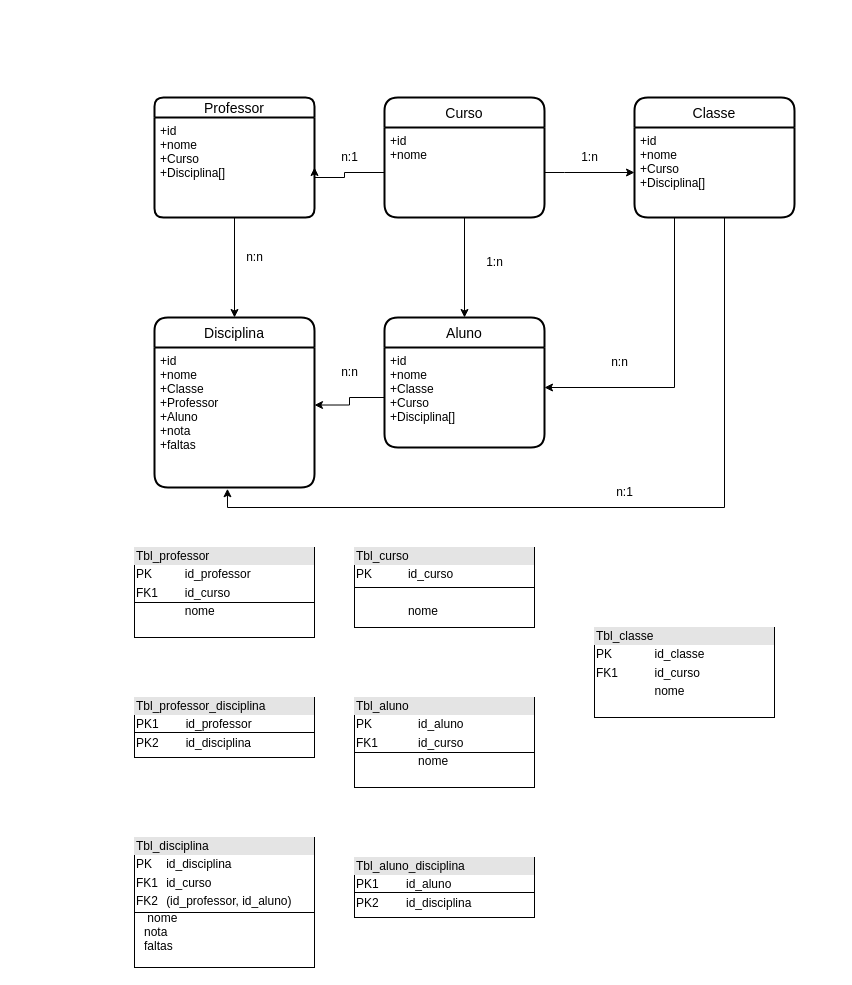
This is Diagrama sem nome.drawio from Leodf/clean-api, a draw.io file, before an edit. Source tidied: cells renumbered, new cells numbered last; positions are measured from the earlier drawing's top-left corner, leaving out a move shared by most shapes. Both pictures are drawn from the tidied source at 100%, with x=0, y=0 at pixel (134, 97).
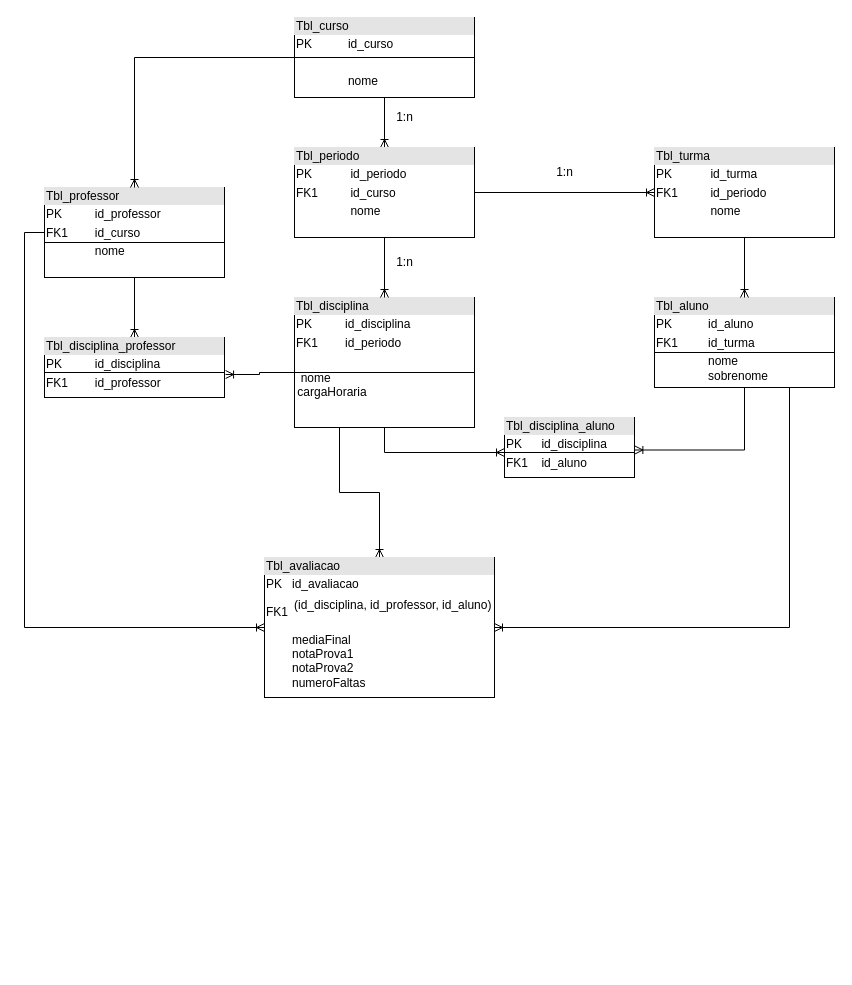
The same page after the edit.

Diff of the diagram source:
```diff
@@
-    <mxCell id="2" value="Professor" style="swimlane;horizontal=1;startSize=20;rounded=1;fontSize=14;fontStyle=0;strokeWidth=2;shadow=0;dashed=0;align=center;" parent="1" vertex="1">
-      <mxGeometry x="20" width="160" height="120" as="geometry" />
-    </mxCell>
-    <mxCell id="3" value="+id&#10;+nome&#10;+Curso&#10;+Disciplina[]" style="align=left;strokeColor=none;fillColor=none;spacingLeft=4;fontSize=12;verticalAlign=top;" parent="2" vertex="1">
-      <mxGeometry y="20" width="160" height="100" as="geometry" />
-    </mxCell>
-    <mxCell id="4" value="Classe" style="swimlane;horizontal=1;startSize=30;rounded=1;fontSize=14;fontStyle=0;strokeWidth=2;shadow=0;dashed=0;align=center;" parent="1" vertex="1">
-      <mxGeometry x="500" width="160" height="120" as="geometry" />
-    </mxCell>
-    <mxCell id="5" value="+id&#10;+nome&#10;+Curso&#10;+Disciplina[]" style="align=left;strokeColor=none;fillColor=none;spacingLeft=4;fontSize=12;verticalAlign=top;" parent="4" vertex="1">
-      <mxGeometry y="30" width="160" height="90" as="geometry" />
-    </mxCell>
-    <mxCell id="6" value="Disciplina" style="swimlane;horizontal=1;startSize=30;rounded=1;fontSize=14;fontStyle=0;strokeWidth=2;shadow=0;dashed=0;align=center;" parent="1" vertex="1">
-      <mxGeometry x="20" y="220" width="160" height="170" as="geometry" />
-    </mxCell>
-    <mxCell id="7" value="+id&#10;+nome&#10;+Classe&#10;+Professor&#10;+Aluno&#10;+nota&#10;+faltas" style="align=left;strokeColor=none;fillColor=none;spacingLeft=4;fontSize=12;verticalAlign=top;" parent="6" vertex="1">
-      <mxGeometry y="30" width="160" height="140" as="geometry" />
-    </mxCell>
-    <mxCell id="8" value="Aluno" style="swimlane;horizontal=1;startSize=30;rounded=1;fontSize=14;fontStyle=0;strokeWidth=2;shadow=0;dashed=0;align=center;" parent="1" vertex="1">
-      <mxGeometry x="250" y="220" width="160" height="130" as="geometry" />
-    </mxCell>
-    <mxCell id="9" value="+id&#10;+nome&#10;+Classe&#10;+Curso&#10;+Disciplina[]" style="align=left;strokeColor=none;fillColor=none;spacingLeft=4;fontSize=12;verticalAlign=top;" parent="8" vertex="1">
-      <mxGeometry y="30" width="160" height="100" as="geometry" />
-    </mxCell>
-    <mxCell id="10" value="Curso" style="swimlane;horizontal=1;startSize=30;rounded=1;fontSize=14;fontStyle=0;strokeWidth=2;shadow=0;dashed=0;align=center;" parent="1" vertex="1">
-      <mxGeometry x="250" width="160" height="120" as="geometry" />
-    </mxCell>
-    <mxCell id="11" value="+id&#10;+nome" style="align=left;strokeColor=none;fillColor=none;spacingLeft=4;fontSize=12;verticalAlign=top;" parent="10" vertex="1">
-      <mxGeometry y="30" width="160" height="90" as="geometry" />
-    </mxCell>
-    <mxCell id="12" style="edgeStyle=orthogonalEdgeStyle;rounded=0;jettySize=auto;html=1;" parent="1" edge="1" source="3" target="6">
-      <mxGeometry relative="1" as="geometry" />
-    </mxCell>
-    <mxCell id="13" style="edgeStyle=orthogonalEdgeStyle;rounded=0;jettySize=auto;html=1;entryX=1;entryY=0.411;entryDx=0;entryDy=0;entryPerimeter=0;" parent="1" edge="1" source="9" target="7">
-      <mxGeometry relative="1" as="geometry" />
-    </mxCell>
-    <mxCell id="14" style="edgeStyle=orthogonalEdgeStyle;rounded=0;jettySize=auto;html=1;entryX=0.456;entryY=1.009;entryDx=0;entryDy=0;entryPerimeter=0;" parent="1" edge="1" source="5" target="7">
-      <mxGeometry relative="1" as="geometry">
-        <Array as="points">
-          <mxPoint x="590" y="410" />
-          <mxPoint x="93" y="410" />
-        </Array>
-      </mxGeometry>
-    </mxCell>
-    <mxCell id="15" style="edgeStyle=orthogonalEdgeStyle;rounded=0;jettySize=auto;html=1;entryX=0;entryY=0.5;entryDx=0;entryDy=0;" parent="1" edge="1" source="11" target="5">
-      <mxGeometry relative="1" as="geometry">
-        <Array as="points">
-          <mxPoint x="430" y="75" />
-          <mxPoint x="430" y="75" />
-        </Array>
-      </mxGeometry>
-    </mxCell>
-    <mxCell id="16" style="edgeStyle=orthogonalEdgeStyle;rounded=0;jettySize=auto;html=1;entryX=1;entryY=0.5;entryDx=0;entryDy=0;" parent="1" edge="1" source="11" target="3">
-      <mxGeometry relative="1" as="geometry">
-        <Array as="points">
-          <mxPoint x="210" y="75" />
-          <mxPoint x="210" y="80" />
-          <mxPoint x="180" y="80" />
-        </Array>
-      </mxGeometry>
-    </mxCell>
-    <mxCell id="17" style="edgeStyle=orthogonalEdgeStyle;rounded=0;jettySize=auto;html=1;" parent="1" edge="1" source="11" target="8">
-      <mxGeometry relative="1" as="geometry" />
-    </mxCell>
-    <mxCell id="18" style="edgeStyle=orthogonalEdgeStyle;rounded=0;jettySize=auto;html=1;exitX=0.25;exitY=1;exitDx=0;exitDy=0;" parent="1" edge="1" source="5" target="9">
-      <mxGeometry relative="1" as="geometry">
-        <Array as="points">
-          <mxPoint x="540" y="290" />
-        </Array>
-      </mxGeometry>
-    </mxCell>
-    <mxCell id="19" value="1:n" style="text;html=1;align=center;verticalAlign=middle;strokeColor=none;fillColor=none;" parent="1" vertex="1">
-      <mxGeometry x="435" y="45" width="40" height="30" as="geometry" />
-    </mxCell>
-    <mxCell id="20" value="n:1" style="text;html=1;align=center;verticalAlign=middle;strokeColor=none;fillColor=none;" parent="1" vertex="1">
-      <mxGeometry x="195" y="45" width="40" height="30" as="geometry" />
-    </mxCell>
-    <mxCell id="21" value="n:n" style="text;html=1;align=center;verticalAlign=middle;strokeColor=none;fillColor=none;" parent="1" vertex="1">
-      <mxGeometry x="100" y="145" width="40" height="30" as="geometry" />
-    </mxCell>
-    <mxCell id="22" value="1:n" style="text;html=1;align=center;verticalAlign=middle;strokeColor=none;fillColor=none;" parent="1" vertex="1">
-      <mxGeometry x="340" y="150" width="40" height="30" as="geometry" />
-    </mxCell>
-    <mxCell id="23" value="n:1" style="text;html=1;align=center;verticalAlign=middle;strokeColor=none;fillColor=none;" parent="1" vertex="1">
-      <mxGeometry x="470" y="380" width="40" height="30" as="geometry" />
-    </mxCell>
-    <mxCell id="24" value="n:n" style="text;html=1;align=center;verticalAlign=middle;strokeColor=none;fillColor=none;" parent="1" vertex="1">
-      <mxGeometry x="195" y="260" width="40" height="30" as="geometry" />
-    </mxCell>
-    <mxCell id="25" value="n:n" style="text;html=1;align=center;verticalAlign=middle;strokeColor=none;fillColor=none;" parent="1" vertex="1">
-      <mxGeometry x="465" y="250" width="40" height="30" as="geometry" />
-    </mxCell>
+    <mxCell id="39" style="edgeStyle=orthogonalEdgeStyle;rounded=0;jettySize=auto;html=1;exitX=0.5;exitY=1;exitDx=0;exitDy=0;entryX=0.5;entryY=0;entryDx=0;entryDy=0;endArrow=ERoneToMany;endFill=0;" parent="1" edge="1" source="26" target="55">
+      <mxGeometry relative="1" as="geometry" />
+    </mxCell>
+    <mxCell id="40" style="edgeStyle=orthogonalEdgeStyle;rounded=0;jettySize=auto;html=1;exitX=0;exitY=0.5;exitDx=0;exitDy=0;endArrow=ERoneToMany;endFill=0;entryX=0;entryY=0.5;entryDx=0;entryDy=0;" parent="1" edge="1" source="26" target="59">
+      <mxGeometry relative="1" as="geometry" />
+    </mxCell>
     <mxCell id="26" value="&lt;div style=&quot;box-sizing:border-box;width:100%;background:#e4e4e4;padding:2px;&quot;&gt;Tbl_professor&lt;/div&gt;&lt;table style=&quot;width:100%;font-size:1em;&quot; cellpadding=&quot;2&quot; cellspacing=&quot;0&quot;&gt;&lt;tbody&gt;&lt;tr&gt;&lt;td&gt;PK&lt;/td&gt;&lt;td&gt;id_professor&lt;/td&gt;&lt;/tr&gt;&lt;tr&gt;&lt;td&gt;FK1&lt;/td&gt;&lt;td&gt;id_curso&lt;/td&gt;&lt;/tr&gt;&lt;tr&gt;&lt;td&gt;&lt;/td&gt;&lt;td&gt;nome&lt;/td&gt;&lt;/tr&gt;&lt;/tbody&gt;&lt;/table&gt;" style="verticalAlign=top;align=left;overflow=fill;html=1;" parent="1" vertex="1">
-      <mxGeometry y="450" width="180" height="90" as="geometry" />
+      <mxGeometry x="-90" y="90" width="180" height="90" as="geometry" />
     </mxCell>
+    <mxCell id="41" style="edgeStyle=orthogonalEdgeStyle;rounded=0;jettySize=auto;html=1;endArrow=ERoneToMany;endFill=0;" parent="1" edge="1" source="27" target="58">
+      <mxGeometry relative="1" as="geometry" />
+    </mxCell>
+    <mxCell id="42" style="edgeStyle=orthogonalEdgeStyle;rounded=0;jettySize=auto;html=1;exitX=0.25;exitY=1;exitDx=0;exitDy=0;entryX=0.5;entryY=0;entryDx=0;entryDy=0;endArrow=ERoneToMany;endFill=0;" parent="1" edge="1" source="27" target="59">
+      <mxGeometry relative="1" as="geometry" />
+    </mxCell>
-    <mxCell id="27" value="&lt;div style=&quot;box-sizing:border-box;width:100%;background:#e4e4e4;padding:2px;&quot;&gt;Tbl_disciplina&lt;/div&gt;&lt;table style=&quot;width:100%;font-size:1em;&quot; cellpadding=&quot;2&quot; cellspacing=&quot;0&quot;&gt;&lt;tbody&gt;&lt;tr&gt;&lt;td&gt;PK&lt;/td&gt;&lt;td&gt;id_disciplina&lt;/td&gt;&lt;/tr&gt;&lt;tr&gt;&lt;td&gt;FK1&lt;/td&gt;&lt;td&gt;id_curso&lt;/td&gt;&lt;/tr&gt;&lt;tr&gt;&lt;td&gt;FK2&lt;/td&gt;&lt;td&gt;(id_professor, id_aluno)&lt;br&gt;&lt;/td&gt;&lt;/tr&gt;&lt;/tbody&gt;&lt;/table&gt;&amp;nbsp;&lt;span style=&quot;white-space: pre;&quot;&gt; &lt;/span&gt;&amp;nbsp;&amp;nbsp;nome&lt;br&gt;&lt;span style=&quot;white-space: pre;&quot;&gt; &lt;/span&gt;&amp;nbsp; nota&lt;br&gt;&lt;span style=&quot;white-space: pre;&quot;&gt; &lt;/span&gt;&amp;nbsp; faltas&lt;br&gt;&lt;span style=&quot;white-space: pre;&quot;&gt; &lt;/span&gt;&amp;nbsp;&amp;nbsp;" style="verticalAlign=top;align=left;overflow=fill;html=1;" parent="1" vertex="1">
-      <mxGeometry y="740" width="180" height="130" as="geometry" />
+    <mxCell id="27" value="&lt;div style=&quot;box-sizing:border-box;width:100%;background:#e4e4e4;padding:2px;&quot;&gt;Tbl_disciplina&lt;/div&gt;&lt;table style=&quot;width:100%;font-size:1em;&quot; cellpadding=&quot;2&quot; cellspacing=&quot;0&quot;&gt;&lt;tbody&gt;&lt;tr&gt;&lt;td&gt;PK&lt;/td&gt;&lt;td&gt;id_disciplina&lt;/td&gt;&lt;/tr&gt;&lt;tr&gt;&lt;td&gt;FK1&lt;/td&gt;&lt;td&gt;id_periodo&lt;br&gt;&lt;/td&gt;&lt;/tr&gt;&lt;tr&gt;&lt;td&gt;&lt;br&gt;&lt;/td&gt;&lt;td&gt;&lt;br&gt;&lt;/td&gt;&lt;/tr&gt;&lt;/tbody&gt;&lt;/table&gt;&amp;nbsp;&lt;span style=&quot;white-space: pre;&quot;&gt; &lt;/span&gt;nome&lt;br&gt;&lt;span style=&quot;white-space: pre;&quot;&gt; &lt;/span&gt;cargaHoraria&lt;br&gt;&lt;span style=&quot;white-space: pre;&quot;&gt; &lt;/span&gt;&amp;nbsp;&amp;nbsp;" style="verticalAlign=top;align=left;overflow=fill;html=1;" parent="1" vertex="1">
+      <mxGeometry x="160" y="200" width="180" height="130" as="geometry" />
     </mxCell>
-    <mxCell id="28" value="&lt;div style=&quot;box-sizing:border-box;width:100%;background:#e4e4e4;padding:2px;&quot;&gt;Tbl_professor_disciplina&lt;/div&gt;&lt;table style=&quot;width:100%;font-size:1em;&quot; cellpadding=&quot;2&quot; cellspacing=&quot;0&quot;&gt;&lt;tbody&gt;&lt;tr&gt;&lt;td&gt;PK1&lt;/td&gt;&lt;td&gt;id_professor&lt;/td&gt;&lt;/tr&gt;&lt;tr&gt;&lt;td&gt;PK2&lt;/td&gt;&lt;td&gt;id_disciplina&lt;/td&gt;&lt;/tr&gt;&lt;tr&gt;&lt;td&gt;&lt;/td&gt;&lt;td&gt;&lt;br&gt;&lt;/td&gt;&lt;/tr&gt;&lt;/tbody&gt;&lt;/table&gt;" style="verticalAlign=top;align=left;overflow=fill;html=1;" parent="1" vertex="1">
-      <mxGeometry y="600" width="180" height="60" as="geometry" />
-    </mxCell>
-    <mxCell id="29" value="&lt;div style=&quot;box-sizing:border-box;width:100%;background:#e4e4e4;padding:2px;&quot;&gt;Tbl_aluno_disciplina&lt;/div&gt;&lt;table style=&quot;width:100%;font-size:1em;&quot; cellpadding=&quot;2&quot; cellspacing=&quot;0&quot;&gt;&lt;tbody&gt;&lt;tr&gt;&lt;td&gt;PK1&lt;/td&gt;&lt;td&gt;id_aluno&lt;/td&gt;&lt;/tr&gt;&lt;tr&gt;&lt;td&gt;PK2&lt;/td&gt;&lt;td&gt;id_disciplina&lt;/td&gt;&lt;/tr&gt;&lt;tr&gt;&lt;td&gt;&lt;/td&gt;&lt;td&gt;&lt;br&gt;&lt;/td&gt;&lt;/tr&gt;&lt;/tbody&gt;&lt;/table&gt;" style="verticalAlign=top;align=left;overflow=fill;html=1;" parent="1" vertex="1">
-      <mxGeometry x="220" y="760" width="180" height="60" as="geometry" />
-    </mxCell>
+    <mxCell id="43" style="edgeStyle=orthogonalEdgeStyle;rounded=0;jettySize=auto;html=1;entryX=1.003;entryY=0.25;entryDx=0;entryDy=0;entryPerimeter=0;endArrow=ERoneToMany;endFill=0;" parent="1" edge="1" source="30" target="58">
+      <mxGeometry relative="1" as="geometry" />
+    </mxCell>
+    <mxCell id="44" style="edgeStyle=orthogonalEdgeStyle;rounded=0;jettySize=auto;html=1;exitX=0.75;exitY=1;exitDx=0;exitDy=0;entryX=1;entryY=0.5;entryDx=0;entryDy=0;endArrow=ERoneToMany;endFill=0;" parent="1" edge="1" source="30" target="59">
+      <mxGeometry relative="1" as="geometry" />
+    </mxCell>
-    <mxCell id="30" value="&lt;div style=&quot;box-sizing:border-box;width:100%;background:#e4e4e4;padding:2px;&quot;&gt;Tbl_aluno&lt;/div&gt;&lt;table style=&quot;width:100%;font-size:1em;&quot; cellpadding=&quot;2&quot; cellspacing=&quot;0&quot;&gt;&lt;tbody&gt;&lt;tr&gt;&lt;td&gt;PK&lt;/td&gt;&lt;td&gt;id_aluno&lt;/td&gt;&lt;/tr&gt;&lt;tr&gt;&lt;td&gt;FK1&lt;/td&gt;&lt;td&gt;id_curso&lt;/td&gt;&lt;/tr&gt;&lt;tr&gt;&lt;td&gt;&lt;/td&gt;&lt;td&gt;nome&lt;/td&gt;&lt;/tr&gt;&lt;/tbody&gt;&lt;/table&gt;" style="verticalAlign=top;align=left;overflow=fill;html=1;" parent="1" vertex="1">
-      <mxGeometry x="220" y="600" width="180" height="90" as="geometry" />
+    <mxCell id="30" value="&lt;div style=&quot;box-sizing:border-box;width:100%;background:#e4e4e4;padding:2px;&quot;&gt;Tbl_aluno&lt;/div&gt;&lt;table style=&quot;width:100%;font-size:1em;&quot; cellpadding=&quot;2&quot; cellspacing=&quot;0&quot;&gt;&lt;tbody&gt;&lt;tr&gt;&lt;td&gt;PK&lt;/td&gt;&lt;td&gt;id_aluno&lt;/td&gt;&lt;/tr&gt;&lt;tr&gt;&lt;td&gt;FK1&lt;/td&gt;&lt;td&gt;id_turma&lt;/td&gt;&lt;/tr&gt;&lt;tr&gt;&lt;td&gt;&lt;/td&gt;&lt;td&gt;nome&lt;br&gt;sobrenome&lt;/td&gt;&lt;/tr&gt;&lt;/tbody&gt;&lt;/table&gt;" style="verticalAlign=top;align=left;overflow=fill;html=1;" parent="1" vertex="1">
+      <mxGeometry x="520" y="200" width="180" height="90" as="geometry" />
     </mxCell>
     <mxCell id="31" style="line;strokeWidth=1;fillColor=none;align=left;verticalAlign=middle;spacingTop=-1;spacingLeft=3;spacingRight=3;labelPosition=right;strokeColor=inherit;" parent="1" vertex="1">
-      <mxGeometry x="220" y="650" width="180" height="10" as="geometry" />
+      <mxGeometry x="520" y="250" width="180" height="10" as="geometry" />
     </mxCell>
-    <mxCell id="32" style="line;strokeWidth=1;fillColor=none;align=left;verticalAlign=middle;spacingTop=-1;spacingLeft=3;spacingRight=3;labelPosition=right;strokeColor=inherit;" parent="1" vertex="1">
-      <mxGeometry y="630" width="180" height="10" as="geometry" />
-    </mxCell>
-    <mxCell id="33" style="line;strokeWidth=1;fillColor=none;align=left;verticalAlign=middle;spacingTop=-1;spacingLeft=3;spacingRight=3;labelPosition=right;strokeColor=inherit;" parent="1" vertex="1">
-      <mxGeometry x="220" y="790" width="180" height="10" as="geometry" />
-    </mxCell>
+    <mxCell id="45" style="edgeStyle=orthogonalEdgeStyle;rounded=0;jettySize=auto;html=1;entryX=1.006;entryY=0.7;entryDx=0;entryDy=0;entryPerimeter=0;endArrow=ERoneToMany;endFill=0;" parent="1" edge="1" source="34" target="56">
+      <mxGeometry relative="1" as="geometry" />
+    </mxCell>
     <mxCell id="34" style="line;strokeWidth=1;fillColor=none;align=left;verticalAlign=middle;spacingTop=-1;spacingLeft=3;spacingRight=3;labelPosition=right;points=[];portConstraint=eastwest;strokeColor=inherit;" parent="1" vertex="1">
-      <mxGeometry y="810" width="180" height="10" as="geometry" />
+      <mxGeometry x="160" y="270" width="180" height="10" as="geometry" />
     </mxCell>
     <mxCell id="35" style="line;strokeWidth=1;fillColor=none;align=left;verticalAlign=middle;spacingTop=-1;spacingLeft=3;spacingRight=3;labelPosition=right;strokeColor=inherit;" parent="1" vertex="1">
-      <mxGeometry y="500" width="180" height="10" as="geometry" />
+      <mxGeometry x="-90" y="140" width="180" height="10" as="geometry" />
     </mxCell>
+    <mxCell id="46" style="edgeStyle=orthogonalEdgeStyle;rounded=0;jettySize=auto;html=1;entryX=0.5;entryY=0;entryDx=0;entryDy=0;endArrow=ERoneToMany;endFill=0;" parent="1" edge="1" source="36" target="38">
+      <mxGeometry relative="1" as="geometry">
+        <Array as="points">
+          <mxPoint x="250" y="-10" />
+          <mxPoint x="250" y="-10" />
+        </Array>
+      </mxGeometry>
+    </mxCell>
+    <mxCell id="47" style="edgeStyle=orthogonalEdgeStyle;rounded=0;jettySize=auto;html=1;entryX=0.5;entryY=0;entryDx=0;entryDy=0;endArrow=ERoneToMany;endFill=0;" parent="1" edge="1" source="36" target="26">
+      <mxGeometry relative="1" as="geometry" />
+    </mxCell>
     <mxCell id="36" value="&lt;div style=&quot;box-sizing:border-box;width:100%;background:#e4e4e4;padding:2px;&quot;&gt;Tbl_curso&lt;/div&gt;&lt;table style=&quot;width:100%;font-size:1em;&quot; cellpadding=&quot;2&quot; cellspacing=&quot;0&quot;&gt;&lt;tbody&gt;&lt;tr&gt;&lt;td&gt;PK&lt;/td&gt;&lt;td&gt;id_curso&lt;/td&gt;&lt;/tr&gt;&lt;tr&gt;&lt;td&gt;&lt;br&gt;&lt;/td&gt;&lt;td&gt;&lt;br&gt;&lt;/td&gt;&lt;/tr&gt;&lt;tr&gt;&lt;td&gt;&lt;/td&gt;&lt;td&gt;nome&lt;/td&gt;&lt;/tr&gt;&lt;/tbody&gt;&lt;/table&gt;" style="verticalAlign=top;align=left;overflow=fill;html=1;" parent="1" vertex="1">
-      <mxGeometry x="220" y="450" width="180" height="80" as="geometry" />
+      <mxGeometry x="160" y="-80" width="180" height="80" as="geometry" />
     </mxCell>
     <mxCell id="37" style="line;strokeWidth=1;fillColor=none;align=left;verticalAlign=middle;spacingTop=-1;spacingLeft=3;spacingRight=3;labelPosition=right;strokeColor=inherit;" parent="1" vertex="1">
-      <mxGeometry x="220" y="485" width="180" height="10" as="geometry" />
+      <mxGeometry x="160" y="-45" width="180" height="10" as="geometry" />
     </mxCell>
+    <mxCell id="48" style="edgeStyle=orthogonalEdgeStyle;rounded=0;jettySize=auto;html=1;entryX=0;entryY=0.5;entryDx=0;entryDy=0;endArrow=ERoneToMany;endFill=0;" parent="1" edge="1" source="38" target="51">
+      <mxGeometry relative="1" as="geometry" />
+    </mxCell>
+    <mxCell id="49" style="edgeStyle=orthogonalEdgeStyle;rounded=0;jettySize=auto;html=1;entryX=0.5;entryY=0;entryDx=0;entryDy=0;endArrow=ERoneToMany;endFill=0;" parent="1" edge="1" source="38" target="27">
+      <mxGeometry relative="1" as="geometry" />
+    </mxCell>
-    <mxCell id="38" value="&lt;div style=&quot;box-sizing:border-box;width:100%;background:#e4e4e4;padding:2px;&quot;&gt;Tbl_classe&lt;/div&gt;&lt;table style=&quot;width:100%;font-size:1em;&quot; cellpadding=&quot;2&quot; cellspacing=&quot;0&quot;&gt;&lt;tbody&gt;&lt;tr&gt;&lt;td&gt;PK&lt;/td&gt;&lt;td&gt;id_classe&lt;/td&gt;&lt;/tr&gt;&lt;tr&gt;&lt;td&gt;FK1&lt;/td&gt;&lt;td&gt;id_curso&lt;/td&gt;&lt;/tr&gt;&lt;tr&gt;&lt;td&gt;&lt;/td&gt;&lt;td&gt;nome&lt;/td&gt;&lt;/tr&gt;&lt;/tbody&gt;&lt;/table&gt;" style="verticalAlign=top;align=left;overflow=fill;html=1;" parent="1" vertex="1">
-      <mxGeometry x="460" y="530" width="180" height="90" as="geometry" />
+    <mxCell id="38" value="&lt;div style=&quot;box-sizing:border-box;width:100%;background:#e4e4e4;padding:2px;&quot;&gt;Tbl_periodo&lt;/div&gt;&lt;table style=&quot;width:100%;font-size:1em;&quot; cellpadding=&quot;2&quot; cellspacing=&quot;0&quot;&gt;&lt;tbody&gt;&lt;tr&gt;&lt;td&gt;PK&lt;/td&gt;&lt;td&gt;id_periodo&lt;/td&gt;&lt;/tr&gt;&lt;tr&gt;&lt;td&gt;FK1&lt;/td&gt;&lt;td&gt;id_curso&lt;/td&gt;&lt;/tr&gt;&lt;tr&gt;&lt;td&gt;&lt;/td&gt;&lt;td&gt;nome&lt;/td&gt;&lt;/tr&gt;&lt;/tbody&gt;&lt;/table&gt;" style="verticalAlign=top;align=left;overflow=fill;html=1;" parent="1" vertex="1">
+      <mxGeometry x="160" y="50" width="180" height="90" as="geometry" />
     </mxCell>
+    <mxCell id="50" style="edgeStyle=orthogonalEdgeStyle;rounded=0;jettySize=auto;html=1;entryX=0.5;entryY=0;entryDx=0;entryDy=0;endArrow=ERoneToMany;endFill=0;" parent="1" edge="1" source="51" target="30">
+      <mxGeometry relative="1" as="geometry" />
+    </mxCell>
+    <mxCell id="51" value="&lt;div style=&quot;box-sizing:border-box;width:100%;background:#e4e4e4;padding:2px;&quot;&gt;Tbl_turma&lt;/div&gt;&lt;table style=&quot;width:100%;font-size:1em;&quot; cellpadding=&quot;2&quot; cellspacing=&quot;0&quot;&gt;&lt;tbody&gt;&lt;tr&gt;&lt;td&gt;PK&lt;/td&gt;&lt;td&gt;id_turma&lt;/td&gt;&lt;/tr&gt;&lt;tr&gt;&lt;td&gt;FK1&lt;/td&gt;&lt;td&gt;id_periodo&lt;/td&gt;&lt;/tr&gt;&lt;tr&gt;&lt;td&gt;&lt;/td&gt;&lt;td&gt;nome&lt;/td&gt;&lt;/tr&gt;&lt;/tbody&gt;&lt;/table&gt;" style="verticalAlign=top;align=left;overflow=fill;html=1;" parent="1" vertex="1">
+      <mxGeometry x="520" y="50" width="180" height="90" as="geometry" />
+    </mxCell>
+    <mxCell id="52" value="1:n" style="text;html=1;align=center;verticalAlign=middle;strokeColor=none;fillColor=none;" parent="1" vertex="1">
+      <mxGeometry x="250" y="5" width="40" height="30" as="geometry" />
+    </mxCell>
+    <mxCell id="53" value="1:n" style="text;html=1;align=center;verticalAlign=middle;strokeColor=none;fillColor=none;" parent="1" vertex="1">
+      <mxGeometry x="410" y="60" width="40" height="30" as="geometry" />
+    </mxCell>
+    <mxCell id="54" value="1:n" style="text;html=1;align=center;verticalAlign=middle;strokeColor=none;fillColor=none;" parent="1" vertex="1">
+      <mxGeometry x="250" y="150" width="40" height="30" as="geometry" />
+    </mxCell>
+    <mxCell id="55" value="&lt;div style=&quot;box-sizing:border-box;width:100%;background:#e4e4e4;padding:2px;&quot;&gt;Tbl_disciplina_professor&lt;/div&gt;&lt;table style=&quot;width:100%;font-size:1em;&quot; cellpadding=&quot;2&quot; cellspacing=&quot;0&quot;&gt;&lt;tbody&gt;&lt;tr&gt;&lt;td&gt;PK&lt;/td&gt;&lt;td&gt;id_disciplina&lt;/td&gt;&lt;/tr&gt;&lt;tr&gt;&lt;td&gt;FK1&lt;/td&gt;&lt;td&gt;id_professor&lt;/td&gt;&lt;/tr&gt;&lt;tr&gt;&lt;td&gt;&lt;/td&gt;&lt;td&gt;&lt;br&gt;&lt;/td&gt;&lt;/tr&gt;&lt;/tbody&gt;&lt;/table&gt;" style="verticalAlign=top;align=left;overflow=fill;html=1;" parent="1" vertex="1">
+      <mxGeometry x="-90" y="240" width="180" height="60" as="geometry" />
+    </mxCell>
+    <mxCell id="56" style="line;strokeWidth=1;fillColor=none;align=left;verticalAlign=middle;spacingTop=-1;spacingLeft=3;spacingRight=3;labelPosition=right;points=[];portConstraint=eastwest;strokeColor=inherit;" parent="1" vertex="1">
+      <mxGeometry x="-90" y="270" width="180" height="10" as="geometry" />
+    </mxCell>
+    <mxCell id="57" value="&lt;div style=&quot;box-sizing:border-box;width:100%;background:#e4e4e4;padding:2px;&quot;&gt;Tbl_disciplina_aluno&lt;/div&gt;&lt;table style=&quot;width:100%;font-size:1em;&quot; cellpadding=&quot;2&quot; cellspacing=&quot;0&quot;&gt;&lt;tbody&gt;&lt;tr&gt;&lt;td&gt;PK&lt;/td&gt;&lt;td&gt;id_disciplina&lt;/td&gt;&lt;/tr&gt;&lt;tr&gt;&lt;td&gt;FK1&lt;/td&gt;&lt;td&gt;id_aluno&lt;/td&gt;&lt;/tr&gt;&lt;tr&gt;&lt;td&gt;&lt;/td&gt;&lt;td&gt;&lt;br&gt;&lt;/td&gt;&lt;/tr&gt;&lt;/tbody&gt;&lt;/table&gt;" style="verticalAlign=top;align=left;overflow=fill;html=1;" parent="1" vertex="1">
+      <mxGeometry x="370" y="320" width="130" height="60" as="geometry" />
+    </mxCell>
+    <mxCell id="58" style="line;strokeWidth=1;fillColor=none;align=left;verticalAlign=middle;spacingTop=-1;spacingLeft=3;spacingRight=3;labelPosition=right;points=[];portConstraint=eastwest;strokeColor=inherit;" parent="1" vertex="1">
+      <mxGeometry x="370" y="350" width="130" height="10" as="geometry" />
+    </mxCell>
+    <mxCell id="59" value="&lt;div style=&quot;box-sizing:border-box;width:100%;background:#e4e4e4;padding:2px;&quot;&gt;Tbl_avaliacao&lt;/div&gt;&lt;table style=&quot;width:100%;font-size:1em;&quot; cellpadding=&quot;2&quot; cellspacing=&quot;0&quot;&gt;&lt;tbody&gt;&lt;tr&gt;&lt;td&gt;PK&lt;/td&gt;&lt;td&gt;id_avaliacao&lt;/td&gt;&lt;/tr&gt;&lt;tr&gt;&lt;td&gt;FK1&lt;/td&gt;&lt;td&gt;&lt;table style=&quot;border-color: var(--border-color); font-size: 1em; width: 230px;&quot; cellpadding=&quot;2&quot; cellspacing=&quot;0&quot;&gt;&lt;tbody style=&quot;border-color: var(--border-color);&quot;&gt;&lt;tr style=&quot;border-color: var(--border-color);&quot;&gt;&lt;td style=&quot;border-color: var(--border-color);&quot;&gt;(id_disciplina, id_professor, id_aluno)&lt;br&gt;&lt;/td&gt;&lt;/tr&gt;&lt;tr style=&quot;border-color: var(--border-color);&quot;&gt;&lt;/tr&gt;&lt;/tbody&gt;&lt;/table&gt;&lt;br&gt;&lt;/td&gt;&lt;/tr&gt;&lt;tr&gt;&lt;td&gt;&lt;/td&gt;&lt;td&gt;mediaFinal&lt;br&gt;notaProva1&lt;br&gt;notaProva2&lt;br&gt;numeroFaltas&lt;/td&gt;&lt;/tr&gt;&lt;/tbody&gt;&lt;/table&gt;" style="verticalAlign=top;align=left;overflow=fill;html=1;" parent="1" vertex="1">
+      <mxGeometry x="130" y="460" width="230" height="140" as="geometry" />
+    </mxCell>
```
